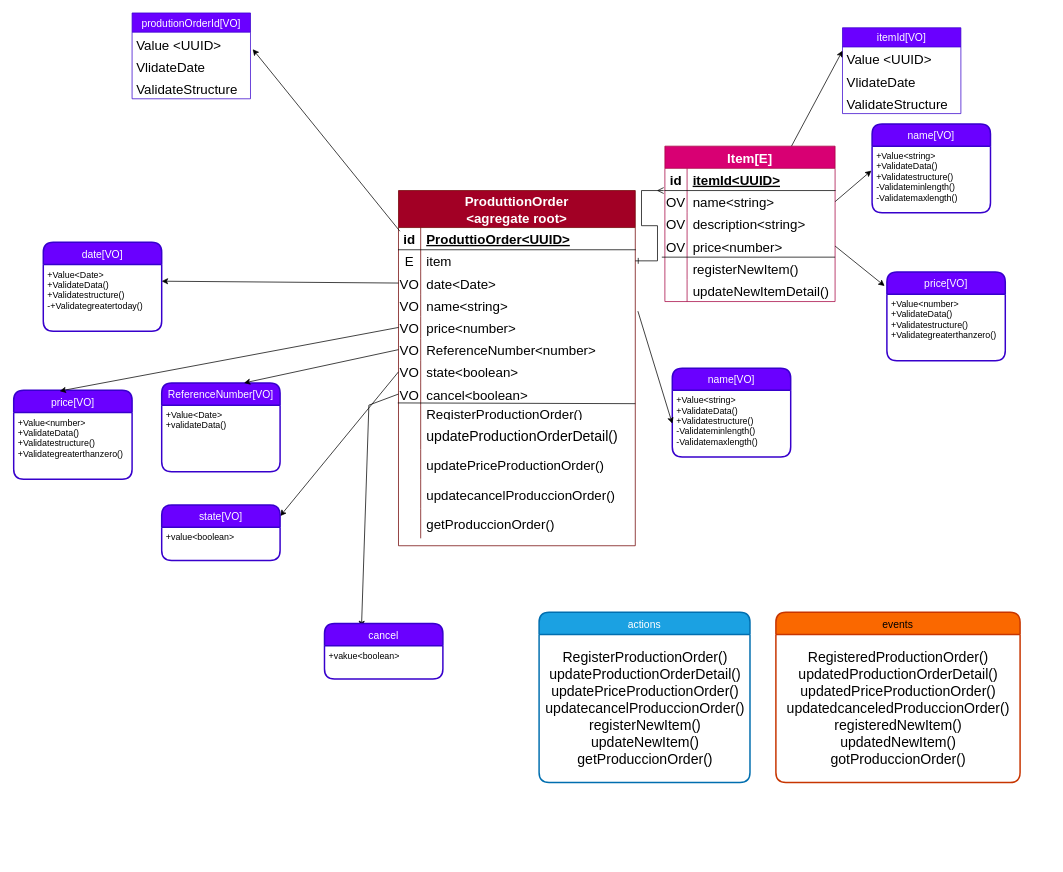
ANDRES3021/C1-2023-DDD-Colombia keeps this draw.io diagram as page "modeladoproductorder" (2 of 5) of DDD.drawio. Above is the earlier version. Source tidied: cells renumbered, new cells numbered last; positions are measured from the earlier drawing's top-left corner, leaving out a move shared by most shapes. Both pictures are drawn from the tidied source at 74%, with x=0, y=0 at pixel (13, 13).
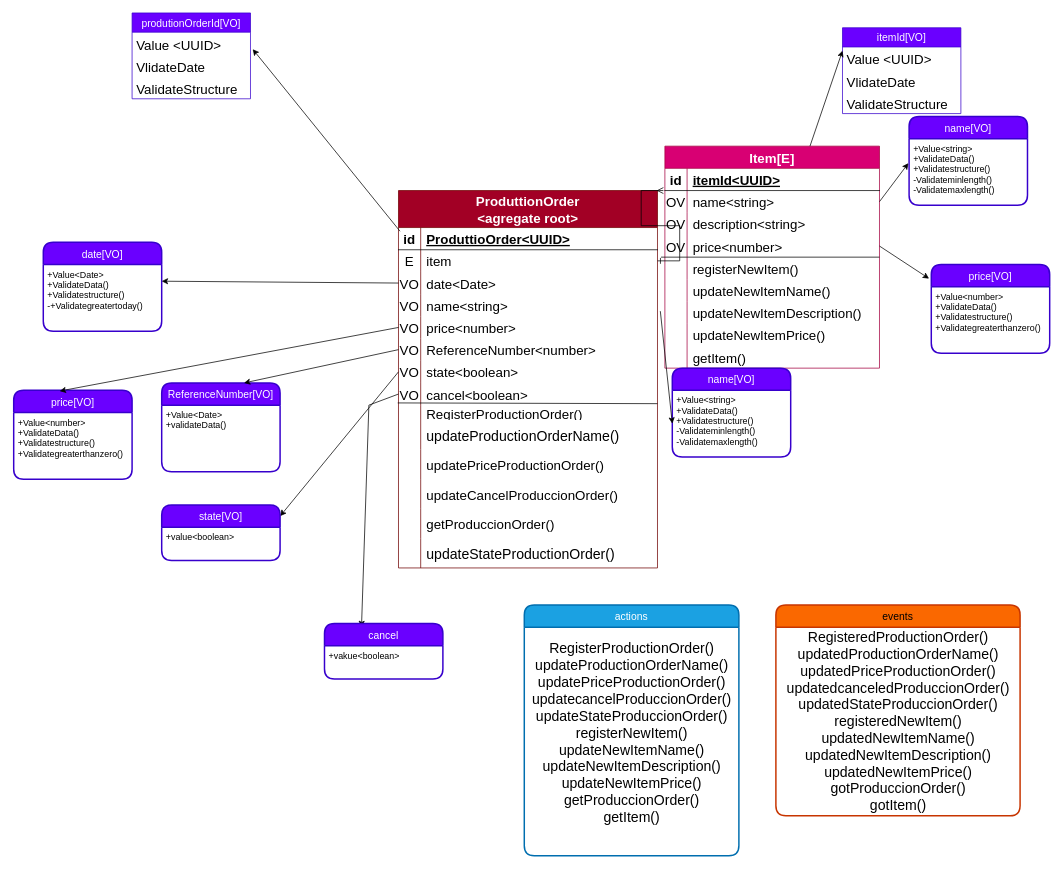
The same page after the edit.

What changed in the source:
```diff
@@
     <mxCell id="2" value="ProduttionOrder&#10;&lt;agregate root&gt;" style="shape=table;startSize=50;childLayout=tableLayout;rowLines=0;fontStyle=1;align=center;fontSize=18;fillColor=#a20025;fontColor=#ffffff;strokeColor=#6F0000;" parent="1" vertex="1">
-      <mxGeometry x="520" y="240" width="320" height="480" as="geometry" />
+      <mxGeometry x="520" y="240" width="350" height="510" as="geometry" />
     </mxCell>
     <mxCell id="3" style="shape=tableRow;horizontal=0;startSize=0;swimlaneHead=0;swimlaneBody=0;fillColor=none;points=[[0,0.5],[1,0.5]];portConstraint=eastwest;top=0;left=0;right=0;bottom=1;fontSize=18;" parent="2" vertex="1">
-      <mxGeometry y="50" width="320" height="30" as="geometry" />
+      <mxGeometry y="50" width="350" height="30" as="geometry" />
     </mxCell>
@@
     <mxCell id="5" value="ProduttioOrder&lt;UUID&gt;" style="shape=partialRectangle;fillColor=none;top=0;left=0;bottom=0;right=0;align=left;spacingLeft=6;fontStyle=5;overflow=hidden;fontSize=18;" parent="3" vertex="1">
-      <mxGeometry x="30" width="290" height="30" as="geometry" />
+      <mxGeometry x="30" width="320" height="30" as="geometry" />
     </mxCell>
     <mxCell id="6" style="shape=tableRow;horizontal=0;startSize=0;swimlaneHead=0;swimlaneBody=0;fillColor=none;points=[[0,0.5],[1,0.5]];portConstraint=eastwest;top=0;left=0;right=0;bottom=0;fontSize=18;" parent="2" vertex="1">
-      <mxGeometry y="80" width="320" height="30" as="geometry" />
+      <mxGeometry y="80" width="350" height="30" as="geometry" />
     </mxCell>
@@
     <mxCell id="8" value="item" style="shape=partialRectangle;fillColor=none;top=0;left=0;bottom=0;right=0;align=left;spacingLeft=6;overflow=hidden;fontSize=18;" parent="6" vertex="1">
-      <mxGeometry x="30" width="290" height="30" as="geometry" />
+      <mxGeometry x="30" width="320" height="30" as="geometry" />
     </mxCell>
     <mxCell id="9" style="shape=tableRow;horizontal=0;startSize=0;swimlaneHead=0;swimlaneBody=0;fillColor=none;points=[[0,0.5],[1,0.5]];portConstraint=eastwest;top=0;left=0;right=0;bottom=0;fontSize=18;" parent="2" vertex="1">
-      <mxGeometry y="110" width="320" height="30" as="geometry" />
+      <mxGeometry y="110" width="350" height="30" as="geometry" />
     </mxCell>
@@
     <mxCell id="11" value="date&lt;Date&gt;" style="shape=partialRectangle;fillColor=none;top=0;left=0;bottom=0;right=0;align=left;spacingLeft=6;overflow=hidden;fontSize=18;" parent="9" vertex="1">
-      <mxGeometry x="30" width="290" height="30" as="geometry" />
+      <mxGeometry x="30" width="320" height="30" as="geometry" />
     </mxCell>
     <mxCell id="12" style="shape=tableRow;horizontal=0;startSize=0;swimlaneHead=0;swimlaneBody=0;fillColor=none;points=[[0,0.5],[1,0.5]];portConstraint=eastwest;top=0;left=0;right=0;bottom=0;fontSize=18;" parent="2" vertex="1">
-      <mxGeometry y="140" width="320" height="30" as="geometry" />
+      <mxGeometry y="140" width="350" height="30" as="geometry" />
     </mxCell>
@@
     <mxCell id="14" value="name&lt;string&gt;" style="shape=partialRectangle;fillColor=none;top=0;left=0;bottom=0;right=0;align=left;spacingLeft=6;overflow=hidden;fontSize=18;" parent="12" vertex="1">
-      <mxGeometry x="30" width="290" height="30" as="geometry" />
+      <mxGeometry x="30" width="320" height="30" as="geometry" />
     </mxCell>
     <mxCell id="15" style="shape=tableRow;horizontal=0;startSize=0;swimlaneHead=0;swimlaneBody=0;fillColor=none;points=[[0,0.5],[1,0.5]];portConstraint=eastwest;top=0;left=0;right=0;bottom=0;fontSize=18;" parent="2" vertex="1">
-      <mxGeometry y="170" width="320" height="30" as="geometry" />
+      <mxGeometry y="170" width="350" height="30" as="geometry" />
     </mxCell>
@@
     <mxCell id="17" value="price&lt;number&gt;" style="shape=partialRectangle;fillColor=none;top=0;left=0;bottom=0;right=0;align=left;spacingLeft=6;overflow=hidden;fontSize=18;" parent="15" vertex="1">
-      <mxGeometry x="30" width="290" height="30" as="geometry" />
+      <mxGeometry x="30" width="320" height="30" as="geometry" />
     </mxCell>
     <mxCell id="18" style="shape=tableRow;horizontal=0;startSize=0;swimlaneHead=0;swimlaneBody=0;fillColor=none;points=[[0,0.5],[1,0.5]];portConstraint=eastwest;top=0;left=0;right=0;bottom=0;fontSize=18;" parent="2" vertex="1">
-      <mxGeometry y="200" width="320" height="30" as="geometry" />
+      <mxGeometry y="200" width="350" height="30" as="geometry" />
     </mxCell>
@@
     <mxCell id="20" value="ReferenceNumber&lt;number&gt;" style="shape=partialRectangle;fillColor=none;top=0;left=0;bottom=0;right=0;align=left;spacingLeft=6;overflow=hidden;fontSize=18;" parent="18" vertex="1">
-      <mxGeometry x="30" width="290" height="30" as="geometry" />
+      <mxGeometry x="30" width="320" height="30" as="geometry" />
     </mxCell>
     <mxCell id="21" style="shape=tableRow;horizontal=0;startSize=0;swimlaneHead=0;swimlaneBody=0;fillColor=none;points=[[0,0.5],[1,0.5]];portConstraint=eastwest;top=0;left=0;right=0;bottom=0;fontSize=18;" parent="2" vertex="1">
-      <mxGeometry y="230" width="320" height="30" as="geometry" />
+      <mxGeometry y="230" width="350" height="30" as="geometry" />
     </mxCell>
@@
     <mxCell id="23" value="state&lt;boolean&gt;" style="shape=partialRectangle;fillColor=none;top=0;left=0;bottom=0;right=0;align=left;spacingLeft=6;overflow=hidden;fontSize=18;" parent="21" vertex="1">
-      <mxGeometry x="30" width="290" height="30" as="geometry" />
+      <mxGeometry x="30" width="320" height="30" as="geometry" />
     </mxCell>
     <mxCell id="24" style="shape=tableRow;horizontal=0;startSize=0;swimlaneHead=0;swimlaneBody=0;fillColor=none;points=[[0,0.5],[1,0.5]];portConstraint=eastwest;top=0;left=0;right=0;bottom=0;fontSize=18;" parent="2" vertex="1">
-      <mxGeometry y="260" width="320" height="30" as="geometry" />
+      <mxGeometry y="260" width="350" height="30" as="geometry" />
     </mxCell>
@@
     <mxCell id="26" value="cancel&lt;boolean&gt;" style="shape=partialRectangle;fillColor=none;top=0;left=0;bottom=0;right=0;align=left;spacingLeft=6;overflow=hidden;fontSize=18;" parent="24" vertex="1">
-      <mxGeometry x="30" width="290" height="30" as="geometry" />
+      <mxGeometry x="30" width="320" height="30" as="geometry" />
     </mxCell>
     <mxCell id="27" style="shape=tableRow;horizontal=0;startSize=0;swimlaneHead=0;swimlaneBody=0;fillColor=none;points=[[0,0.5],[1,0.5]];portConstraint=eastwest;top=0;left=0;right=0;bottom=0;fontSize=18;" parent="2" vertex="1">
-      <mxGeometry y="290" width="320" height="20" as="geometry" />
+      <mxGeometry y="290" width="350" height="20" as="geometry" />
     </mxCell>
@@
     <mxCell id="29" value="RegisterProductionOrder()" style="shape=partialRectangle;fillColor=none;top=0;left=0;bottom=0;right=0;align=left;spacingLeft=6;overflow=hidden;fontSize=18;" parent="27" vertex="1">
-      <mxGeometry x="30" width="290" height="20" as="geometry" />
+      <mxGeometry x="30" width="320" height="20" as="geometry" />
     </mxCell>
     <mxCell id="30" style="shape=tableRow;horizontal=0;startSize=0;swimlaneHead=0;swimlaneBody=0;fillColor=none;top=0;left=0;right=0;bottom=0;fontSize=18;" parent="2" vertex="1">
-      <mxGeometry y="310" width="320" height="40" as="geometry" />
+      <mxGeometry y="310" width="350" height="40" as="geometry" />
     </mxCell>
@@
-    <mxCell id="32" value="updateProductionOrderDetail()" style="shape=partialRectangle;fillColor=none;top=0;left=0;bottom=0;right=0;align=left;spacingLeft=6;overflow=hidden;fontSize=19;" parent="30" vertex="1">
-      <mxGeometry x="30" width="290" height="40" as="geometry" />
+    <mxCell id="32" value="updateProductionOrderName()" style="shape=partialRectangle;fillColor=none;top=0;left=0;bottom=0;right=0;align=left;spacingLeft=6;overflow=hidden;fontSize=19;" parent="30" vertex="1">
+      <mxGeometry x="30" width="320" height="40" as="geometry" />
     </mxCell>
     <mxCell id="33" style="shape=tableRow;horizontal=0;startSize=0;swimlaneHead=0;swimlaneBody=0;fillColor=none;top=0;left=0;right=0;bottom=0;fontSize=18;" parent="2" vertex="1">
-      <mxGeometry y="350" width="320" height="40" as="geometry" />
+      <mxGeometry y="350" width="350" height="40" as="geometry" />
     </mxCell>
@@
     <mxCell id="35" value="updatePriceProductionOrder()" style="shape=partialRectangle;fillColor=none;top=0;left=0;bottom=0;right=0;align=left;spacingLeft=6;overflow=hidden;fontSize=18;" parent="33" vertex="1">
-      <mxGeometry x="30" width="290" height="40" as="geometry" />
+      <mxGeometry x="30" width="320" height="40" as="geometry" />
     </mxCell>
     <mxCell id="36" style="shape=tableRow;horizontal=0;startSize=0;swimlaneHead=0;swimlaneBody=0;fillColor=none;top=0;left=0;right=0;bottom=0;fontSize=18;" parent="2" vertex="1">
-      <mxGeometry y="390" width="320" height="40" as="geometry" />
+      <mxGeometry y="390" width="350" height="40" as="geometry" />
     </mxCell>
@@
-    <mxCell id="38" value="updatecancelProduccionOrder()" style="shape=partialRectangle;fillColor=none;top=0;left=0;bottom=0;right=0;align=left;spacingLeft=6;overflow=hidden;fontSize=18;" parent="36" vertex="1">
-      <mxGeometry x="30" width="290" height="40" as="geometry" />
+    <mxCell id="38" value="updateCancelProduccionOrder()" style="shape=partialRectangle;fillColor=none;top=0;left=0;bottom=0;right=0;align=left;spacingLeft=6;overflow=hidden;fontSize=18;" parent="36" vertex="1">
+      <mxGeometry x="30" width="320" height="40" as="geometry" />
     </mxCell>
@@
     <mxCell id="40" style="shape=tableRow;horizontal=0;startSize=0;swimlaneHead=0;swimlaneBody=0;fillColor=none;top=0;left=0;right=0;bottom=0;fontSize=18;" parent="2" vertex="1">
-      <mxGeometry y="430" width="320" height="40" as="geometry" />
+      <mxGeometry y="430" width="350" height="40" as="geometry" />
     </mxCell>
@@
     <mxCell id="42" value="getProduccionOrder()" style="shape=partialRectangle;fillColor=none;top=0;left=0;bottom=0;right=0;align=left;spacingLeft=6;overflow=hidden;fontSize=18;" parent="40" vertex="1">
-      <mxGeometry x="30" width="290" height="40" as="geometry" />
+      <mxGeometry x="30" width="320" height="40" as="geometry" />
     </mxCell>
+    <mxCell id="102" style="shape=tableRow;horizontal=0;startSize=0;swimlaneHead=0;swimlaneBody=0;fillColor=none;top=0;left=0;right=0;bottom=0;fontSize=18;" parent="2" vertex="1">
+      <mxGeometry y="470" width="350" height="40" as="geometry" />
+    </mxCell>
+    <mxCell id="103" style="shape=partialRectangle;fillColor=none;top=0;left=0;bottom=0;right=0;overflow=hidden;fontSize=18;" parent="102" vertex="1">
+      <mxGeometry width="30" height="40" as="geometry" />
+    </mxCell>
+    <mxCell id="104" value="updateStateProductionOrder()" style="shape=partialRectangle;fillColor=none;top=0;left=0;bottom=0;right=0;align=left;spacingLeft=6;overflow=hidden;fontSize=19;" parent="102" vertex="1">
+      <mxGeometry x="30" width="320" height="40" as="geometry" />
+    </mxCell>
@@
     <mxCell id="47" value="Item[E]" style="shape=table;startSize=30;childLayout=tableLayout;rowLines=0;fontStyle=1;align=center;fontSize=18;fillColor=#d80073;fontColor=#ffffff;strokeColor=#A50040;" parent="1" vertex="1">
-      <mxGeometry x="880" y="180" width="230" height="210" as="geometry" />
+      <mxGeometry x="880" y="180" width="290" height="300" as="geometry" />
     </mxCell>
     <mxCell id="48" style="shape=tableRow;horizontal=0;startSize=0;swimlaneHead=0;swimlaneBody=0;fillColor=none;top=0;left=0;right=0;bottom=1;fontSize=18;" parent="47" vertex="1">
-      <mxGeometry y="30" width="230" height="30" as="geometry" />
+      <mxGeometry y="30" width="290" height="30" as="geometry" />
     </mxCell>
@@
     <mxCell id="50" value="itemId&lt;UUID&gt;" style="shape=partialRectangle;fillColor=none;top=0;left=0;bottom=0;right=0;align=left;spacingLeft=6;fontStyle=5;overflow=hidden;fontSize=18;" parent="48" vertex="1">
-      <mxGeometry x="30" width="200" height="30" as="geometry" />
+      <mxGeometry x="30" width="260" height="30" as="geometry" />
     </mxCell>
     <mxCell id="51" style="shape=tableRow;horizontal=0;startSize=0;swimlaneHead=0;swimlaneBody=0;fillColor=none;points=[[0,0.5],[1,0.5]];portConstraint=eastwest;top=0;left=0;right=0;bottom=0;fontSize=18;" parent="47" vertex="1">
-      <mxGeometry y="60" width="230" height="30" as="geometry" />
+      <mxGeometry y="60" width="290" height="30" as="geometry" />
     </mxCell>
@@
     <mxCell id="53" value="name&lt;string&gt;" style="shape=partialRectangle;fillColor=none;top=0;left=0;bottom=0;right=0;align=left;spacingLeft=6;overflow=hidden;fontSize=18;" parent="51" vertex="1">
-      <mxGeometry x="30" width="200" height="30" as="geometry" />
+      <mxGeometry x="30" width="260" height="30" as="geometry" />
     </mxCell>
     <mxCell id="54" style="shape=tableRow;horizontal=0;startSize=0;swimlaneHead=0;swimlaneBody=0;fillColor=none;top=0;left=0;right=0;bottom=0;fontSize=18;" parent="47" vertex="1">
-      <mxGeometry y="90" width="230" height="30" as="geometry" />
+      <mxGeometry y="90" width="290" height="30" as="geometry" />
     </mxCell>
@@
     <mxCell id="56" value="description&lt;string&gt;" style="shape=partialRectangle;fillColor=none;top=0;left=0;bottom=0;right=0;align=left;spacingLeft=6;overflow=hidden;fontSize=18;" parent="54" vertex="1">
-      <mxGeometry x="30" width="200" height="30" as="geometry" />
+      <mxGeometry x="30" width="260" height="30" as="geometry" />
     </mxCell>
     <mxCell id="57" style="shape=tableRow;horizontal=0;startSize=0;swimlaneHead=0;swimlaneBody=0;fillColor=none;points=[[0,0.5],[1,0.5]];portConstraint=eastwest;top=0;left=0;right=0;bottom=0;fontSize=18;" parent="47" vertex="1">
-      <mxGeometry y="120" width="230" height="30" as="geometry" />
+      <mxGeometry y="120" width="290" height="30" as="geometry" />
     </mxCell>
@@
     <mxCell id="59" value="price&lt;number&gt;" style="shape=partialRectangle;fillColor=none;top=0;left=0;bottom=0;right=0;align=left;spacingLeft=6;overflow=hidden;fontSize=18;" parent="57" vertex="1">
-      <mxGeometry x="30" width="200" height="30" as="geometry" />
+      <mxGeometry x="30" width="260" height="30" as="geometry" />
     </mxCell>
     <mxCell id="60" style="shape=tableRow;horizontal=0;startSize=0;swimlaneHead=0;swimlaneBody=0;fillColor=none;points=[[0,0.5],[1,0.5]];portConstraint=eastwest;top=0;left=0;right=0;bottom=0;fontSize=18;" parent="47" vertex="1">
-      <mxGeometry y="150" width="230" height="30" as="geometry" />
+      <mxGeometry y="150" width="290" height="30" as="geometry" />
     </mxCell>
@@
     <mxCell id="62" value="registerNewItem()" style="shape=partialRectangle;fillColor=none;top=0;left=0;bottom=0;right=0;align=left;spacingLeft=6;overflow=hidden;fontSize=18;" parent="60" vertex="1">
-      <mxGeometry x="30" width="200" height="30" as="geometry" />
+      <mxGeometry x="30" width="260" height="30" as="geometry" />
     </mxCell>
     <mxCell id="63" style="shape=tableRow;horizontal=0;startSize=0;swimlaneHead=0;swimlaneBody=0;fillColor=none;top=0;left=0;right=0;bottom=0;fontSize=18;" parent="47" vertex="1">
-      <mxGeometry y="180" width="230" height="30" as="geometry" />
+      <mxGeometry y="180" width="290" height="30" as="geometry" />
     </mxCell>
@@
-    <mxCell id="65" value="updateNewItemDetail()" style="shape=partialRectangle;fillColor=none;top=0;left=0;bottom=0;right=0;align=left;spacingLeft=6;overflow=hidden;fontSize=18;" parent="63" vertex="1">
-      <mxGeometry x="30" width="200" height="30" as="geometry" />
+    <mxCell id="65" value="updateNewItemName()" style="shape=partialRectangle;fillColor=none;top=0;left=0;bottom=0;right=0;align=left;spacingLeft=6;overflow=hidden;fontSize=18;" parent="63" vertex="1">
+      <mxGeometry x="30" width="260" height="30" as="geometry" />
     </mxCell>
@@
+    <mxCell id="105" style="shape=tableRow;horizontal=0;startSize=0;swimlaneHead=0;swimlaneBody=0;fillColor=none;top=0;left=0;right=0;bottom=0;fontSize=18;" parent="47" vertex="1">
+      <mxGeometry y="210" width="290" height="30" as="geometry" />
+    </mxCell>
+    <mxCell id="106" style="shape=partialRectangle;fillColor=none;top=0;left=0;bottom=0;right=0;overflow=hidden;fontSize=18;" parent="105" vertex="1">
+      <mxGeometry width="30" height="30" as="geometry" />
+    </mxCell>
+    <mxCell id="107" value="updateNewItemDescription()" style="shape=partialRectangle;fillColor=none;top=0;left=0;bottom=0;right=0;align=left;spacingLeft=6;overflow=hidden;fontSize=18;" parent="105" vertex="1">
+      <mxGeometry x="30" width="260" height="30" as="geometry" />
+    </mxCell>
+    <mxCell id="108" style="shape=tableRow;horizontal=0;startSize=0;swimlaneHead=0;swimlaneBody=0;fillColor=none;top=0;left=0;right=0;bottom=0;fontSize=18;" parent="47" vertex="1">
+      <mxGeometry y="240" width="290" height="30" as="geometry" />
+    </mxCell>
+    <mxCell id="109" style="shape=partialRectangle;fillColor=none;top=0;left=0;bottom=0;right=0;overflow=hidden;fontSize=18;" parent="108" vertex="1">
+      <mxGeometry width="30" height="30" as="geometry" />
+    </mxCell>
+    <mxCell id="110" value="updateNewItemPrice()" style="shape=partialRectangle;fillColor=none;top=0;left=0;bottom=0;right=0;align=left;spacingLeft=6;overflow=hidden;fontSize=18;" parent="108" vertex="1">
+      <mxGeometry x="30" width="260" height="30" as="geometry" />
+    </mxCell>
+    <mxCell id="111" style="shape=tableRow;horizontal=0;startSize=0;swimlaneHead=0;swimlaneBody=0;fillColor=none;top=0;left=0;right=0;bottom=0;fontSize=18;" parent="47" vertex="1">
+      <mxGeometry y="270" width="290" height="30" as="geometry" />
+    </mxCell>
+    <mxCell id="112" style="shape=partialRectangle;fillColor=none;top=0;left=0;bottom=0;right=0;overflow=hidden;fontSize=18;" parent="111" vertex="1">
+      <mxGeometry width="30" height="30" as="geometry" />
+    </mxCell>
+    <mxCell id="113" value="getItem()" style="shape=partialRectangle;fillColor=none;top=0;left=0;bottom=0;right=0;align=left;spacingLeft=6;overflow=hidden;fontSize=18;" parent="111" vertex="1">
+      <mxGeometry x="30" width="260" height="30" as="geometry" />
+    </mxCell>
@@
     <mxCell id="78" value="name[VO]" style="swimlane;horizontal=1;startSize=30;rounded=1;fontSize=14;fontStyle=0;strokeWidth=2;shadow=0;dashed=0;align=center;fillColor=#6a00ff;fontColor=#ffffff;strokeColor=#3700CC;" parent="1" vertex="1">
-      <mxGeometry x="1160" y="150" width="160" height="120" as="geometry" />
+      <mxGeometry x="1210" y="140" width="160" height="120" as="geometry" />
     </mxCell>
@@
     <mxCell id="86" value="price[VO]" style="swimlane;horizontal=1;startSize=30;rounded=1;fontSize=14;fontStyle=0;strokeWidth=2;shadow=0;dashed=0;align=center;fillColor=#6a00ff;fontColor=#ffffff;strokeColor=#3700CC;" parent="1" vertex="1">
-      <mxGeometry x="1180" y="350" width="160" height="120" as="geometry" />
+      <mxGeometry x="1240" y="340" width="160" height="120" as="geometry" />
     </mxCell>
@@
     <mxCell id="98" value="actions" style="swimlane;horizontal=1;startSize=30;rounded=1;fontSize=14;fontStyle=0;strokeWidth=2;shadow=0;dashed=0;align=center;fillColor=#1ba1e2;fontColor=#ffffff;strokeColor=#006EAF;" parent="1" vertex="1">
-      <mxGeometry x="710" y="810" width="285" height="230" as="geometry" />
+      <mxGeometry x="690" y="800" width="290" height="339" as="geometry" />
     </mxCell>
-    <mxCell id="99" value="RegisterProductionOrder()&lt;br&gt;updateProductionOrderDetail()&lt;br&gt;updatePriceProductionOrder()&lt;br&gt;updatecancelProduccionOrder()&lt;br&gt;registerNewItem()&lt;br&gt;updateNewItem()&lt;br&gt;getProduccionOrder()" style="text;html=1;align=center;verticalAlign=middle;strokeColor=none;fillColor=none;fontSize=19;" parent="98" vertex="1">
-      <mxGeometry y="30" width="285" height="200" as="geometry" />
+    <mxCell id="99" value="&lt;br&gt;RegisterProductionOrder()&lt;br&gt;updateProductionOrderName()&lt;br&gt;updatePriceProductionOrder()&lt;br&gt;updatecancelProduccionOrder()&lt;br&gt;updateStateProduccionOrder()&lt;br&gt;registerNewItem()&lt;br&gt;updateNewItemName()&lt;br&gt;&lt;span style=&quot;text-align: left;&quot;&gt;updateNewItemDescription()&lt;br&gt;&lt;/span&gt;&lt;span style=&quot;text-align: left;&quot;&gt;updateNewItemPrice()&lt;/span&gt;&lt;br&gt;getProduccionOrder()&lt;br&gt;getItem()&lt;br&gt;&lt;span style=&quot;text-align: left;&quot;&gt;&lt;br&gt;&lt;/span&gt;&lt;span style=&quot;text-align: left;&quot;&gt;&lt;br&gt;&lt;/span&gt;" style="text;html=1;align=center;verticalAlign=middle;strokeColor=none;fillColor=none;fontSize=19;" parent="98" vertex="1">
+      <mxGeometry y="30" width="290" height="309" as="geometry" />
     </mxCell>
     <mxCell id="100" value="events" style="swimlane;horizontal=1;startSize=30;rounded=1;fontSize=14;fontStyle=0;strokeWidth=2;shadow=0;dashed=0;align=center;fillColor=#fa6800;fontColor=#000000;strokeColor=#C73500;" parent="1" vertex="1">
-      <mxGeometry x="1030" y="810" width="330" height="230" as="geometry" />
+      <mxGeometry x="1030" y="800" width="330" height="285" as="geometry" />
     </mxCell>
-    <mxCell id="101" value="RegisteredProductionOrder()&lt;br&gt;updatedProductionOrderDetail()&lt;br&gt;updatedPriceProductionOrder()&lt;br&gt;updatedcanceledProduccionOrder()&lt;br&gt;registeredNewItem()&lt;br&gt;updatedNewItem()&lt;br&gt;gotProduccionOrder()" style="text;html=1;align=center;verticalAlign=middle;strokeColor=none;fillColor=none;fontSize=19;" parent="100" vertex="1">
-      <mxGeometry y="30" width="330" height="200" as="geometry" />
+    <mxCell id="101" value="RegisteredProductionOrder()&lt;br&gt;updatedProductionOrderName()&lt;br&gt;updatedPriceProductionOrder()&lt;br&gt;updatedcanceledProduccionOrder()&lt;br&gt;updatedStateProduccionOrder()&lt;br&gt;registeredNewItem()&lt;br&gt;updatedNewItemName()&lt;br&gt;updatedNewItemDescription()&lt;br&gt;updatedNewItemPrice()&lt;br&gt;gotProduccionOrder()&lt;br&gt;gotItem()" style="text;html=1;align=center;verticalAlign=middle;strokeColor=none;fillColor=none;fontSize=19;" parent="100" vertex="1">
+      <mxGeometry y="30" width="330" height="255" as="geometry" />
     </mxCell>
```
